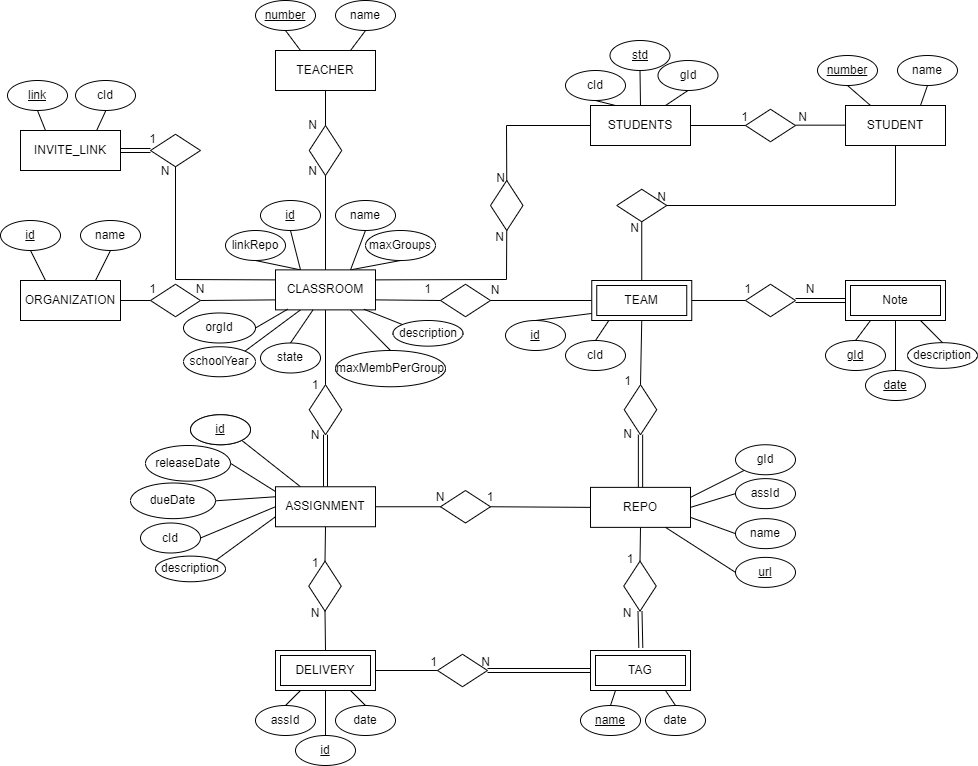
Before: docs/data_model/data_model.png, a diagram exported from draw.io (i-on-project/teams). Source tidied: cells renumbered, new cells last; positions are measured from the earlier drawing's top-left corner, leaving out a move shared by most shapes.
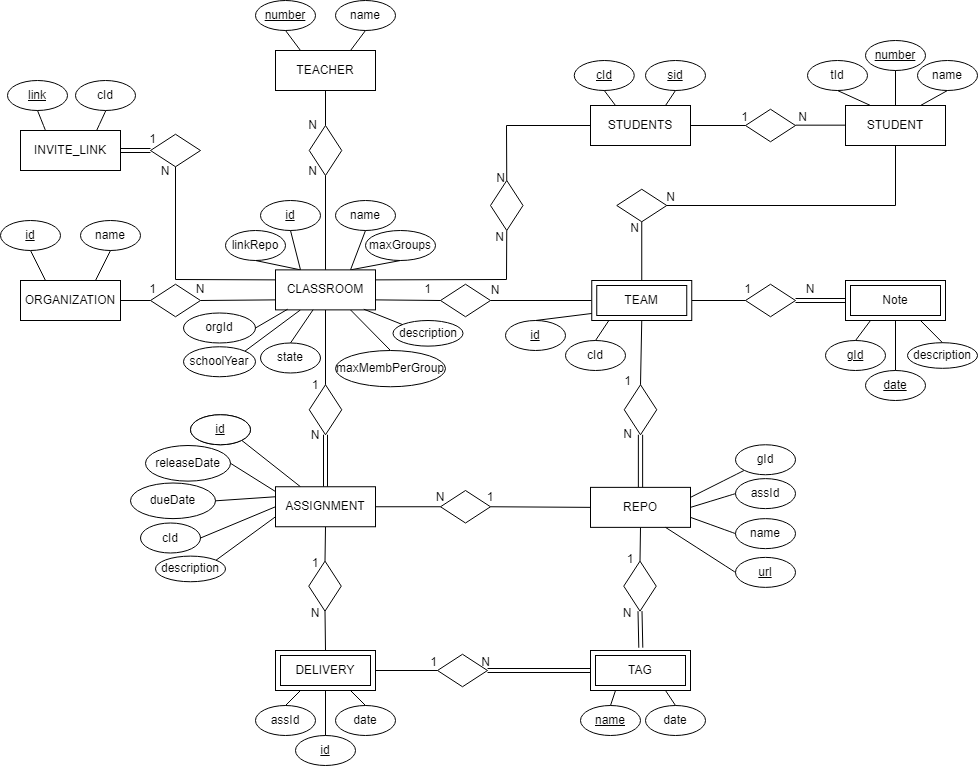
Above is the later version.

Commit message:
Update data model.

Change to the diagram source:
```diff
@@ -118,9 +118,9 @@
       <mxGeometry relative="1" as="geometry" />
     </mxCell>
     <mxCell id="39" value="&lt;u&gt;number&lt;/u&gt;" style="ellipse;whiteSpace=wrap;html=1;" parent="1" vertex="1">
-      <mxGeometry x="817" y="55" width="60" height="30" as="geometry" />
+      <mxGeometry x="865" y="40" width="60" height="30" as="geometry" />
     </mxCell>
-    <mxCell id="40" style="endArrow=none;html=1;rounded=0;entryX=0.5;entryY=1;entryDx=0;entryDy=0;exitX=0.25;exitY=0;exitDx=0;exitDy=0;" parent="1" edge="1" source="129" target="39">
+    <mxCell id="40" style="endArrow=none;html=1;rounded=0;entryX=0.5;entryY=1;entryDx=0;entryDy=0;exitX=0.5;exitY=0;exitDx=0;exitDy=0;" parent="1" edge="1" source="129" target="39">
       <mxGeometry relative="1" as="geometry" />
     </mxCell>
     <mxCell id="41" style="endArrow=none;html=1;rounded=0;exitX=0.25;exitY=0;exitDx=0;exitDy=0;entryX=0.5;entryY=1;entryDx=0;entryDy=0;" parent="1" edge="1" source="132" target="42">
@@ -246,10 +246,10 @@
     <mxCell id="79" style="endArrow=none;html=1;rounded=0;entryX=0.5;entryY=1;entryDx=0;entryDy=0;exitX=0.75;exitY=0;exitDx=0;exitDy=0;" parent="1" edge="1" source="131" target="78">
       <mxGeometry relative="1" as="geometry" />
     </mxCell>
-    <mxCell id="80" value="gId" style="ellipse;whiteSpace=wrap;html=1;" parent="1" vertex="1">
-      <mxGeometry x="657.5" y="60" width="60" height="30" as="geometry" />
+    <mxCell id="80" value="tId" style="ellipse;whiteSpace=wrap;html=1;" parent="1" vertex="1">
+      <mxGeometry x="807" y="60" width="60" height="30" as="geometry" />
     </mxCell>
-    <mxCell id="81" style="endArrow=none;html=1;rounded=0;entryX=0.5;entryY=1;entryDx=0;entryDy=0;exitX=0.75;exitY=0;exitDx=0;exitDy=0;" parent="1" edge="1" source="152" target="80">
+    <mxCell id="81" style="endArrow=none;html=1;rounded=0;entryX=0.5;entryY=1;entryDx=0;entryDy=0;exitX=0.25;exitY=0;exitDx=0;exitDy=0;" parent="1" edge="1" source="129" target="80">
       <mxGeometry relative="1" as="geometry" />
     </mxCell>
     <mxCell id="82" style="endArrow=none;html=1;rounded=0;entryX=0.5;entryY=1;entryDx=0;entryDy=0;exitX=0.25;exitY=0;exitDx=0;exitDy=0;" parent="1" edge="1" source="131" target="46">
@@ -302,7 +302,7 @@
       <mxGeometry relative="1" as="geometry" />
     </mxCell>
     <mxCell id="97" value="name" style="ellipse;whiteSpace=wrap;html=1;" parent="1" vertex="1">
-      <mxGeometry x="897" y="55" width="60" height="30" as="geometry" />
+      <mxGeometry x="917" y="60" width="60" height="30" as="geometry" />
     </mxCell>
     <mxCell id="98" style="endArrow=none;html=1;rounded=0;entryX=0.5;entryY=1;entryDx=0;entryDy=0;exitX=0.75;exitY=0;exitDx=0;exitDy=0;" parent="1" edge="1" source="129" target="97">
       <mxGeometry relative="1" as="geometry" />
@@ -340,8 +340,8 @@
     <mxCell id="109" style="endArrow=none;html=1;rounded=0;curved=1;entryX=1;entryY=0.75;entryDx=0;entryDy=0;exitX=0;exitY=0.5;exitDx=0;exitDy=0;" parent="1" edge="1" source="108" target="128">
       <mxGeometry relative="1" as="geometry" />
     </mxCell>
-    <mxCell id="110" value="cId" style="ellipse;whiteSpace=wrap;html=1;" parent="1" vertex="1">
-      <mxGeometry x="565" y="70" width="60" height="30" as="geometry" />
+    <mxCell id="110" value="&lt;u&gt;cId&lt;/u&gt;" style="ellipse;whiteSpace=wrap;html=1;" parent="1" vertex="1">
+      <mxGeometry x="573.8" y="60" width="60" height="30" as="geometry" />
     </mxCell>
     <mxCell id="111" style="endArrow=none;html=1;rounded=0;entryX=0.5;entryY=1;entryDx=0;entryDy=0;exitX=0.25;exitY=0;exitDx=0;exitDy=0;" parent="1" edge="1" source="152" target="110">
       <mxGeometry relative="1" as="geometry" />
@@ -449,7 +449,9 @@
       </mxGeometry>
     </mxCell>
     <mxCell id="142" value="N" style="html=1;align=right;verticalAlign=bottom;" parent="141" vertex="1">
-      <mxGeometry x="1" relative="1" as="geometry" />
+      <mxGeometry x="1" relative="1" as="geometry">
+        <mxPoint x="9" as="offset" />
+      </mxGeometry>
     </mxCell>
     <mxCell id="143" style="endArrow=none;html=1;rounded=0;exitX=0.5;exitY=0;exitDx=0;exitDy=0;entryX=0.5;entryY=0;entryDx=0;entryDy=0;" parent="1" edge="1" source="151" target="140">
       <mxGeometry relative="1" as="geometry" />
@@ -495,10 +497,10 @@
         <mxPoint x="-1" y="6" as="offset" />
       </mxGeometry>
     </mxCell>
-    <mxCell id="155" value="&lt;u&gt;std&lt;/u&gt;" style="ellipse;whiteSpace=wrap;html=1;" parent="1" vertex="1">
-      <mxGeometry x="609.5" y="40" width="60" height="30" as="geometry" />
+    <mxCell id="155" value="&lt;u&gt;sid&lt;/u&gt;" style="ellipse;whiteSpace=wrap;html=1;" parent="1" vertex="1">
+      <mxGeometry x="645" y="60" width="60" height="30" as="geometry" />
     </mxCell>
-    <mxCell id="156" style="endArrow=none;html=1;rounded=0;entryX=0.5;entryY=1;entryDx=0;entryDy=0;exitX=0.5;exitY=0;exitDx=0;exitDy=0;" parent="1" edge="1" source="152" target="155">
+    <mxCell id="156" style="endArrow=none;html=1;rounded=0;entryX=0.5;entryY=1;entryDx=0;entryDy=0;exitX=0.75;exitY=0;exitDx=0;exitDy=0;" parent="1" edge="1" source="152" target="155">
       <mxGeometry relative="1" as="geometry" />
     </mxCell>
     <mxCell id="157" style="rhombus;whiteSpace=wrap;html=1;rotation=90;direction=south;" parent="1" vertex="1">
```
